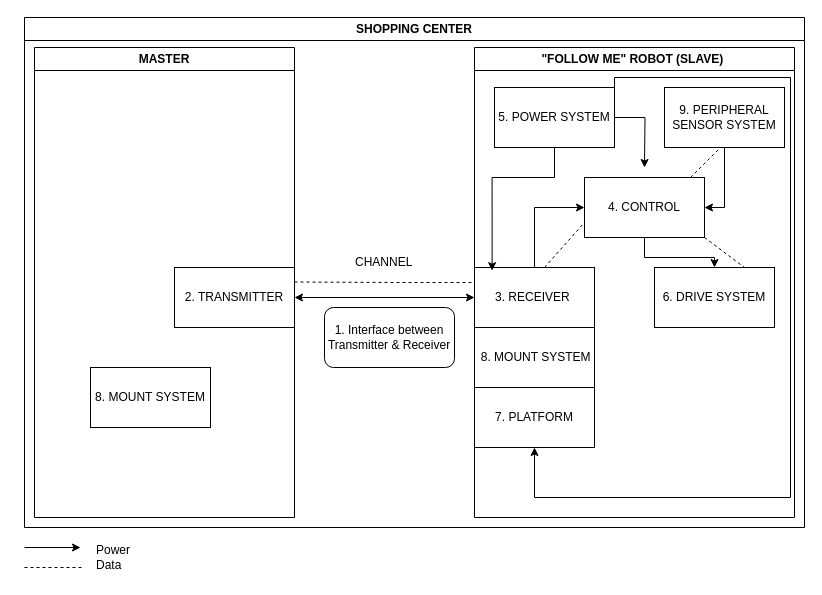
Earlier version of the draw.io diagram page "Page-1" (1 of 3) of diagrams/blockdiagramdesign.drawio (BowieJames/FollowMe). Source tidied: cells renumbered, new cells numbered last; positions are measured from the earlier drawing's top-left corner, leaving out a move shared by most shapes. Both pictures are drawn from the tidied source at 100%, with x=0, y=0 at pixel (24, 17).
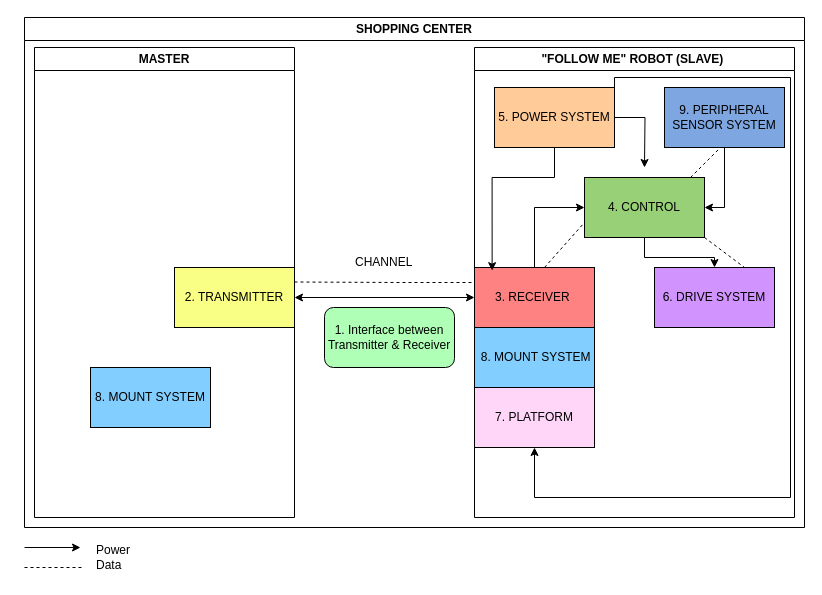
After the change.

Unchanged cells that the change refers to:
```xml
<mxCell id="2" value="SHOPPING CENTER" style="swimlane;whiteSpace=wrap;html=1;" parent="1" vertex="1">
  <mxGeometry width="780" height="510" as="geometry" />
</mxCell>
<mxCell id="3" value="MASTER" style="swimlane;whiteSpace=wrap;html=1;startSize=23;" parent="2" vertex="1">
  <mxGeometry x="10" y="30" width="260" height="470" as="geometry" />
</mxCell>
<mxCell id="6" value="&quot;FOLLOW ME&quot; ROBOT (SLAVE)&amp;nbsp;" style="swimlane;whiteSpace=wrap;html=1;" parent="2" vertex="1">
  <mxGeometry x="450" y="30" width="320" height="470" as="geometry" />
</mxCell>
```

The edit, as a diff of the source:
```diff
@@
-    <mxCell id="4" value="2. TRANSMITTER" style="rounded=0;whiteSpace=wrap;html=1;" parent="3" vertex="1">
+    <mxCell id="4" value="2. TRANSMITTER" style="rounded=0;whiteSpace=wrap;html=1;fillColor=#F9FF84;" parent="3" vertex="1">
       <mxGeometry x="140" y="220" width="120" height="60" as="geometry" />
     </mxCell>
-    <mxCell id="5" value="8. MOUNT SYSTEM" style="rounded=0;whiteSpace=wrap;html=1;" parent="3" vertex="1">
+    <mxCell id="5" value="8. MOUNT SYSTEM" style="rounded=0;whiteSpace=wrap;html=1;fillColor=#82CEFF;" parent="3" vertex="1">
       <mxGeometry x="56" y="320" width="120" height="60" as="geometry" />
     </mxCell>
@@
-    <mxCell id="8" value="3. RECEIVER&amp;nbsp;" style="rounded=0;whiteSpace=wrap;html=1;" parent="6" vertex="1">
+    <mxCell id="8" value="3. RECEIVER&amp;nbsp;" style="rounded=0;whiteSpace=wrap;html=1;fillColor=#FF8282;" parent="6" vertex="1">
       <mxGeometry y="220" width="120" height="60" as="geometry" />
     </mxCell>
@@
-    <mxCell id="10" value="4. CONTROL" style="rounded=0;whiteSpace=wrap;html=1;" parent="6" vertex="1">
+    <mxCell id="10" value="4. CONTROL" style="rounded=0;whiteSpace=wrap;html=1;fillColor=#97D077;" parent="6" vertex="1">
       <mxGeometry x="110" y="130" width="120" height="60" as="geometry" />
     </mxCell>
@@
-    <mxCell id="13" value="5. POWER SYSTEM" style="rounded=0;whiteSpace=wrap;html=1;" parent="6" vertex="1">
+    <mxCell id="13" value="5. POWER SYSTEM" style="rounded=0;whiteSpace=wrap;html=1;fillColor=#FFCC99;" parent="6" vertex="1">
       <mxGeometry x="20" y="40" width="120" height="60" as="geometry" />
     </mxCell>
@@
-    <mxCell id="15" value="7. PLATFORM" style="rounded=0;whiteSpace=wrap;html=1;" parent="6" vertex="1">
+    <mxCell id="15" value="7. PLATFORM" style="rounded=0;whiteSpace=wrap;html=1;fillColor=#FFD6F7;" parent="6" vertex="1">
       <mxGeometry y="340" width="120" height="60" as="geometry" />
     </mxCell>
-    <mxCell id="16" value="&amp;nbsp;8. MOUNT SYSTEM" style="rounded=0;whiteSpace=wrap;html=1;" parent="6" vertex="1">
+    <mxCell id="16" value="&amp;nbsp;8. MOUNT SYSTEM" style="rounded=0;whiteSpace=wrap;html=1;fillColor=#82CEFF;" parent="6" vertex="1">
       <mxGeometry y="280" width="120" height="60" as="geometry" />
     </mxCell>
-    <mxCell id="17" value="6. DRIVE SYSTEM" style="rounded=0;whiteSpace=wrap;html=1;" parent="6" vertex="1">
+    <mxCell id="17" value="6. DRIVE SYSTEM" style="rounded=0;whiteSpace=wrap;html=1;fillColor=#D194FF;" parent="6" vertex="1">
       <mxGeometry x="180" y="220" width="120" height="60" as="geometry" />
     </mxCell>
@@
-    <mxCell id="19" value="9. PERIPHERAL SENSOR SYSTEM" style="rounded=0;whiteSpace=wrap;html=1;" parent="6" vertex="1">
+    <mxCell id="19" value="9. PERIPHERAL SENSOR SYSTEM" style="rounded=0;whiteSpace=wrap;html=1;fillColor=#7EA6E0;" parent="6" vertex="1">
       <mxGeometry x="190" y="40" width="120" height="60" as="geometry" />
     </mxCell>
@@
-    <mxCell id="25" value="1. Interface between Transmitter &amp;amp; Receiver" style="rounded=1;whiteSpace=wrap;html=1;" parent="2" vertex="1">
+    <mxCell id="25" value="1. Interface between Transmitter &amp;amp; Receiver" style="rounded=1;whiteSpace=wrap;html=1;fillColor=#AFFFB6;" parent="2" vertex="1">
       <mxGeometry x="300" y="290" width="130" height="60" as="geometry" />
     </mxCell>
```
